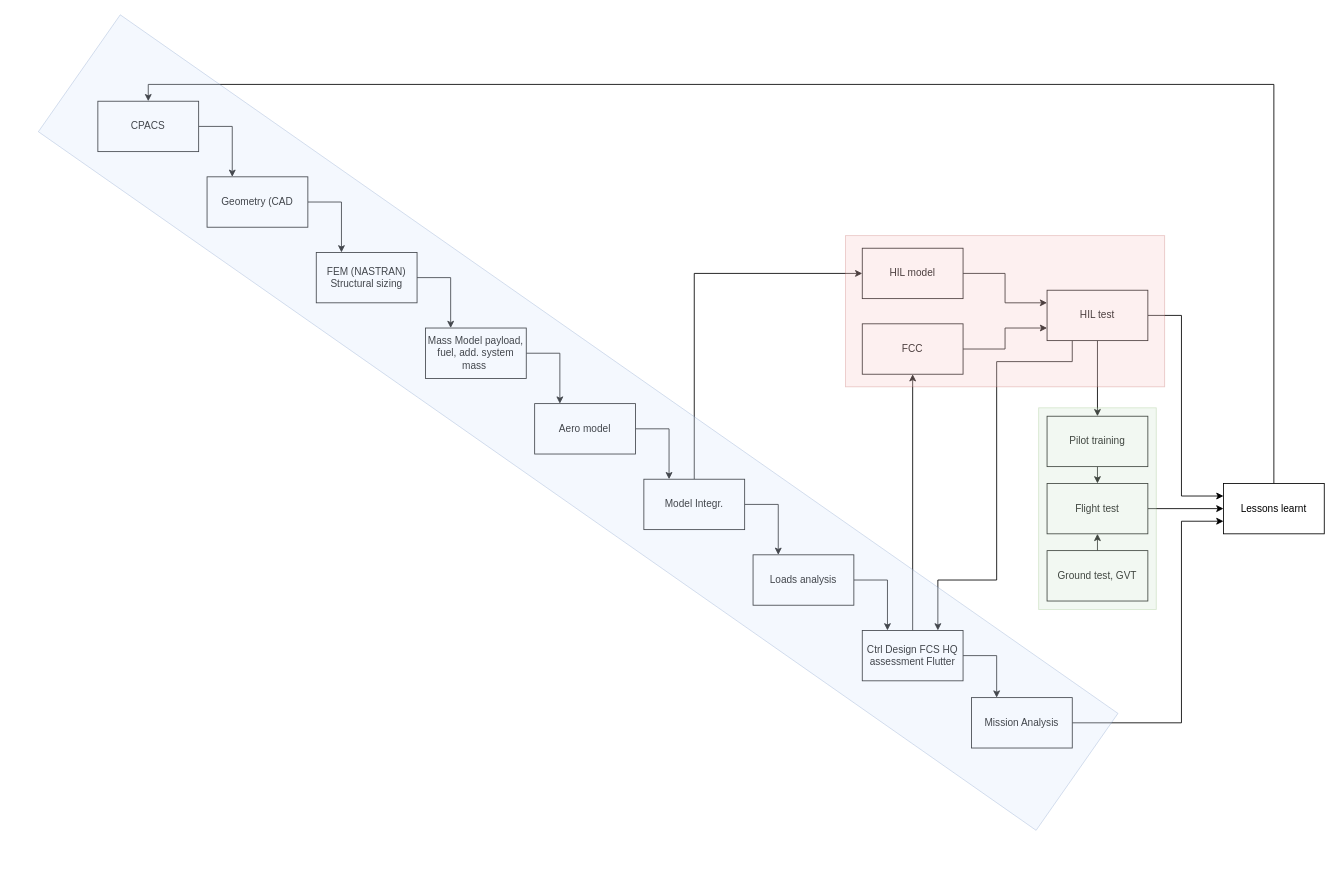
This is drawings/Copy of Flipased D1.4.drawio from vbnhu/flipased_d14, a draw.io file, before an edit. Source tidied: cells renumbered, new cells numbered last; positions are measured from the earlier drawing's top-left corner, leaving out a move shared by most shapes. Both pictures are drawn from the tidied source at 84%, with x=0, y=0 at pixel (-31, 84).
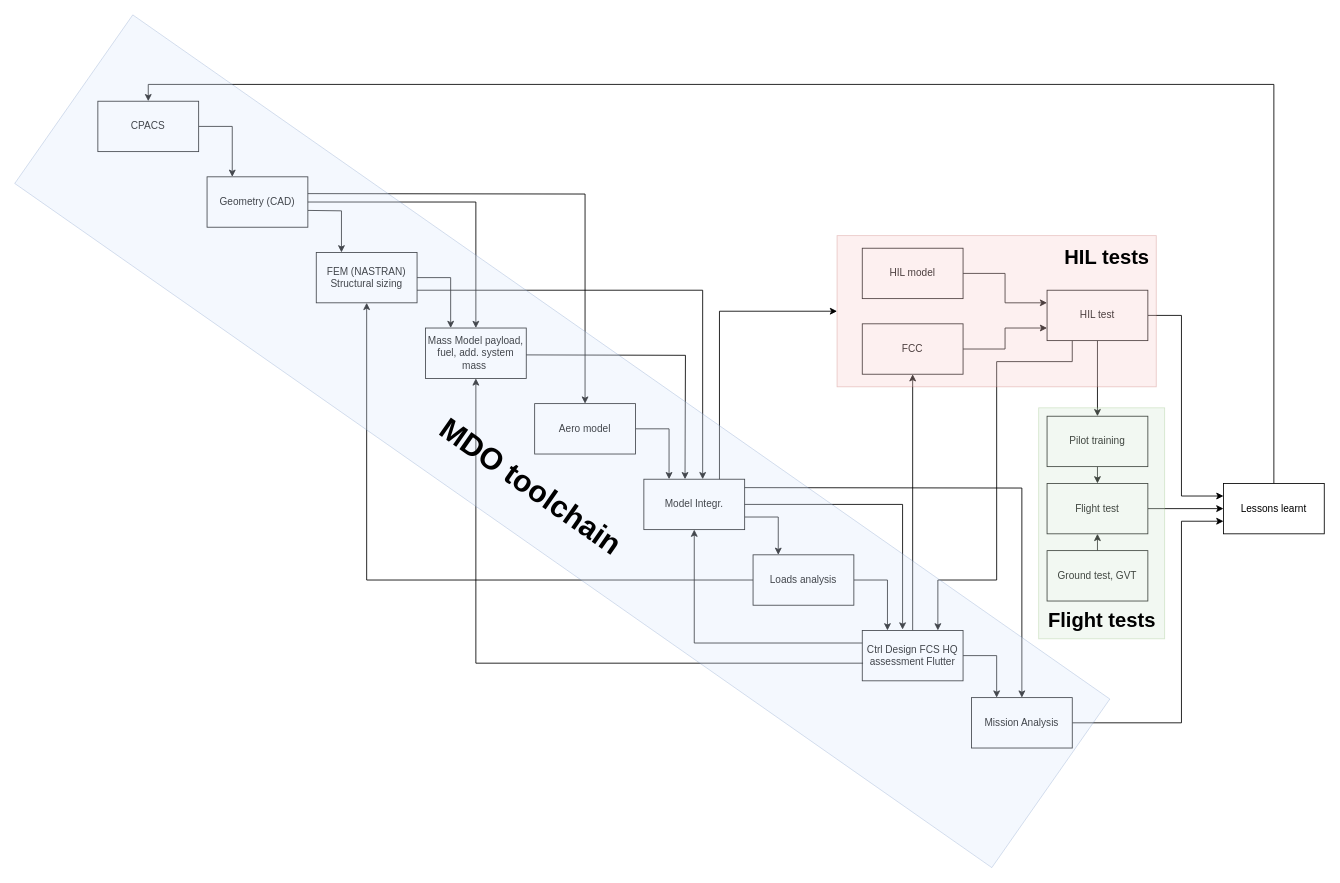
Above is the later version.

Unchanged cells that the change refers to:
```xml
<mxCell id="3" value="Mission Analysis" style="rounded=0;whiteSpace=wrap;html=1;" parent="1" vertex="1">
  <mxGeometry x="1193" y="730" width="120" height="60" as="geometry" />
</mxCell>
<mxCell id="9" value="Loads analysis" style="rounded=0;whiteSpace=wrap;html=1;" parent="1" vertex="1">
  <mxGeometry x="933" y="560" width="120" height="60" as="geometry" />
</mxCell>
<mxCell id="12" value="Ctrl Design FCS HQ assessment Flutter" style="rounded=0;whiteSpace=wrap;html=1;" parent="1" vertex="1">
  <mxGeometry x="1063" y="650" width="120" height="60" as="geometry" />
</mxCell>
<mxCell id="14" value="Aero model" style="rounded=0;whiteSpace=wrap;html=1;" parent="1" vertex="1">
  <mxGeometry x="673" y="380" width="120" height="60" as="geometry" />
</mxCell>
<mxCell id="16" value="Mass Model payload, fuel, add. system mass&amp;nbsp;" style="rounded=0;whiteSpace=wrap;html=1;" parent="1" vertex="1">
  <mxGeometry x="543" y="290" width="120" height="60" as="geometry" />
</mxCell>
<mxCell id="18" value="FEM (NASTRAN) Structural sizing" style="rounded=0;whiteSpace=wrap;html=1;" parent="1" vertex="1">
  <mxGeometry x="413" y="200" width="120" height="60" as="geometry" />
</mxCell>
<mxCell id="21" value="Model Integr." style="rounded=0;whiteSpace=wrap;html=1;" parent="1" vertex="1">
  <mxGeometry x="803" y="470" width="120" height="60" as="geometry" />
</mxCell>
<mxCell id="23" value="HIL model" style="rounded=0;whiteSpace=wrap;html=1;" parent="1" vertex="1">
  <mxGeometry x="1063" y="195" width="120" height="60" as="geometry" />
</mxCell>
```

What changed in the source:
```diff
@@
-    <mxCell id="6" style="edgeStyle=orthogonalEdgeStyle;rounded=0;jettySize=auto;html=1;exitX=1;exitY=0.5;exitDx=0;exitDy=0;entryX=0.25;entryY=0;entryDx=0;entryDy=0;" parent="1" edge="1" source="7" target="18">
-      <mxGeometry relative="1" as="geometry" />
+    <mxCell id="6" style="edgeStyle=orthogonalEdgeStyle;rounded=0;jettySize=auto;html=1;entryX=0.25;entryY=0;entryDx=0;entryDy=0;" parent="1" edge="1" target="18">
+      <mxGeometry relative="1" as="geometry">
+        <mxPoint x="403" y="150" as="sourcePoint" />
+      </mxGeometry>
     </mxCell>
-    <mxCell id="7" value="Geometry (CAD" style="rounded=0;whiteSpace=wrap;html=1;" parent="1" vertex="1">
+    <mxCell id="7" value="Geometry (CAD)" style="rounded=0;whiteSpace=wrap;html=1;" parent="1" vertex="1">
       <mxGeometry x="283" y="110" width="120" height="60" as="geometry" />
     </mxCell>
@@
-    <mxCell id="15" style="edgeStyle=orthogonalEdgeStyle;rounded=0;jettySize=auto;html=1;exitX=1;exitY=0.5;exitDx=0;exitDy=0;entryX=0.25;entryY=0;entryDx=0;entryDy=0;" parent="1" edge="1" source="16" target="14">
-      <mxGeometry relative="1" as="geometry" />
-    </mxCell>
@@
-    <mxCell id="19" style="edgeStyle=orthogonalEdgeStyle;rounded=0;jettySize=auto;html=1;exitX=0.5;exitY=0;exitDx=0;exitDy=0;entryX=0;entryY=0.5;entryDx=0;entryDy=0;" parent="1" edge="1" source="21" target="23">
-      <mxGeometry relative="1" as="geometry">
-        <Array as="points">
-          <mxPoint x="863" y="225" />
-        </Array>
-      </mxGeometry>
-    </mxCell>
-    <mxCell id="20" style="edgeStyle=orthogonalEdgeStyle;rounded=0;jettySize=auto;html=1;exitX=1;exitY=0.5;exitDx=0;exitDy=0;entryX=0.25;entryY=0;entryDx=0;entryDy=0;" parent="1" edge="1" source="21" target="9">
+    <mxCell id="20" style="edgeStyle=orthogonalEdgeStyle;rounded=0;jettySize=auto;html=1;exitX=1;exitY=0.75;exitDx=0;exitDy=0;entryX=0.25;entryY=0;entryDx=0;entryDy=0;" parent="1" edge="1" source="21" target="9">
       <mxGeometry relative="1" as="geometry" />
     </mxCell>
@@
-    <mxCell id="34" style="rounded=0;whiteSpace=wrap;html=1;rotation=35;opacity=30;fillColor=#dae8fc;strokeColor=#6c8ebf;" parent="1" vertex="1">
-      <mxGeometry x="-0.2" y="317.6" width="1450" height="169.9" as="geometry" />
-    </mxCell>
@@
-    <mxCell id="39" style="rounded=0;whiteSpace=wrap;html=1;rotation=0;opacity=30;fillColor=#d5e8d4;strokeColor=#82b366;" parent="1" vertex="1">
-      <mxGeometry x="1273" y="385" width="140" height="240" as="geometry" />
+    <mxCell id="39" value="&lt;blockquote&gt;&lt;blockquote&gt;&lt;blockquote&gt;&lt;blockquote&gt;&lt;b&gt;&lt;font style=&quot;font-size: 24px&quot;&gt;Flight tests&lt;/font&gt;&lt;/b&gt;&lt;br&gt;&lt;/blockquote&gt;&lt;/blockquote&gt;&lt;/blockquote&gt;&lt;/blockquote&gt;" style="rounded=0;html=1;rotation=0;opacity=30;fillColor=#d5e8d4;strokeColor=#82b366;labelPosition=center;verticalLabelPosition=bottom;align=center;verticalAlign=top;spacingTop=-55;" parent="1" vertex="1">
+      <mxGeometry x="1273" y="385" width="150" height="275" as="geometry" />
     </mxCell>
-    <mxCell id="40" style="rounded=0;whiteSpace=wrap;html=1;rotation=0;opacity=30;fillColor=#f8cecc;strokeColor=#b85450;" parent="1" vertex="1">
-      <mxGeometry x="1043" y="180" width="380" height="180" as="geometry" />
+    <mxCell id="40" value="&lt;b&gt;&lt;font style=&quot;font-size: 24px&quot;&gt;HIL tests&lt;/font&gt;&lt;/b&gt;" style="rounded=0;whiteSpace=wrap;html=1;rotation=0;opacity=30;fillColor=#f8cecc;strokeColor=#b85450;labelPosition=right;verticalLabelPosition=middle;align=left;verticalAlign=top;spacingLeft=-111;spacingBottom=0;spacingTop=5;" parent="1" vertex="1">
+      <mxGeometry x="1033" y="180" width="380" height="180" as="geometry" />
     </mxCell>
+    <mxCell id="41" style="edgeStyle=orthogonalEdgeStyle;rounded=0;jettySize=auto;html=1;entryX=0.5;entryY=0;entryDx=0;entryDy=0;exitX=1;exitY=0.5;exitDx=0;exitDy=0;" parent="1" edge="1" source="7" target="16">
+      <mxGeometry relative="1" as="geometry" />
+    </mxCell>
+    <mxCell id="42" style="edgeStyle=orthogonalEdgeStyle;rounded=0;jettySize=auto;html=1;entryX=0.5;entryY=0;entryDx=0;entryDy=0;" parent="1" edge="1" target="14">
+      <mxGeometry relative="1" as="geometry">
+        <mxPoint x="403" y="130" as="sourcePoint" />
+      </mxGeometry>
+    </mxCell>
+    <mxCell id="43" style="edgeStyle=orthogonalEdgeStyle;rounded=0;orthogonalLoop=1;jettySize=auto;html=1;exitX=1;exitY=0.5;exitDx=0;exitDy=0;" parent="1" edge="1">
+      <mxGeometry relative="1" as="geometry">
+        <mxPoint x="533" y="245" as="sourcePoint" />
+        <mxPoint x="873" y="470" as="targetPoint" />
+        <Array as="points">
+          <mxPoint x="873" y="245" />
+          <mxPoint x="873" y="470" />
+        </Array>
+      </mxGeometry>
+    </mxCell>
+    <mxCell id="44" style="edgeStyle=orthogonalEdgeStyle;rounded=0;orthogonalLoop=1;jettySize=auto;html=1;exitX=1;exitY=0.5;exitDx=0;exitDy=0;" parent="1" edge="1">
+      <mxGeometry relative="1" as="geometry">
+        <mxPoint x="663" y="322" as="sourcePoint" />
+        <mxPoint x="852" y="470" as="targetPoint" />
+      </mxGeometry>
+    </mxCell>
+    <mxCell id="45" style="edgeStyle=orthogonalEdgeStyle;rounded=0;jettySize=auto;html=1;exitX=0.75;exitY=0;exitDx=0;exitDy=0;entryX=0;entryY=0.5;entryDx=0;entryDy=0;" parent="1" edge="1" source="21" target="40">
+      <mxGeometry relative="1" as="geometry" />
+    </mxCell>
+    <mxCell id="46" style="edgeStyle=orthogonalEdgeStyle;rounded=0;jettySize=auto;html=1;exitX=1;exitY=0.5;exitDx=0;exitDy=0;entryX=0.4;entryY=-0.017;entryDx=0;entryDy=0;entryPerimeter=0;" parent="1" edge="1" source="21" target="12">
+      <mxGeometry relative="1" as="geometry" />
+    </mxCell>
+    <mxCell id="47" style="edgeStyle=orthogonalEdgeStyle;rounded=0;jettySize=auto;html=1;exitX=1;exitY=0.5;exitDx=0;exitDy=0;entryX=0.5;entryY=0;entryDx=0;entryDy=0;" parent="1" edge="1" target="3">
+      <mxGeometry relative="1" as="geometry">
+        <mxPoint x="923" y="480" as="sourcePoint" />
+      </mxGeometry>
+    </mxCell>
+    <mxCell id="48" style="edgeStyle=orthogonalEdgeStyle;rounded=0;jettySize=auto;html=1;exitX=0;exitY=0.5;exitDx=0;exitDy=0;entryX=0.5;entryY=1;entryDx=0;entryDy=0;" parent="1" edge="1" source="9" target="18">
+      <mxGeometry relative="1" as="geometry" />
+    </mxCell>
+    <mxCell id="49" style="edgeStyle=orthogonalEdgeStyle;rounded=0;jettySize=auto;html=1;exitX=0;exitY=0.25;exitDx=0;exitDy=0;entryX=0.5;entryY=1;entryDx=0;entryDy=0;" parent="1" edge="1" source="12" target="21">
+      <mxGeometry relative="1" as="geometry" />
+    </mxCell>
+    <mxCell id="50" style="edgeStyle=orthogonalEdgeStyle;rounded=0;jettySize=auto;html=1;exitX=0.008;exitY=0.65;exitDx=0;exitDy=0;entryX=0.5;entryY=1;entryDx=0;entryDy=0;exitPerimeter=0;" parent="1" edge="1" source="12" target="16">
+      <mxGeometry relative="1" as="geometry" />
+    </mxCell>
+    <mxCell id="34" value="&lt;font style=&quot;font-size: 36px&quot;&gt;&lt;b&gt;MDO toolchain&lt;/b&gt;&lt;/font&gt;" style="rounded=0;whiteSpace=wrap;html=1;rotation=35;opacity=30;fillColor=#dae8fc;strokeColor=#6c8ebf;spacingTop=130;" parent="1" vertex="1">
+      <mxGeometry x="-4.1" y="302.3" width="1420" height="245" as="geometry" />
+    </mxCell>
```
